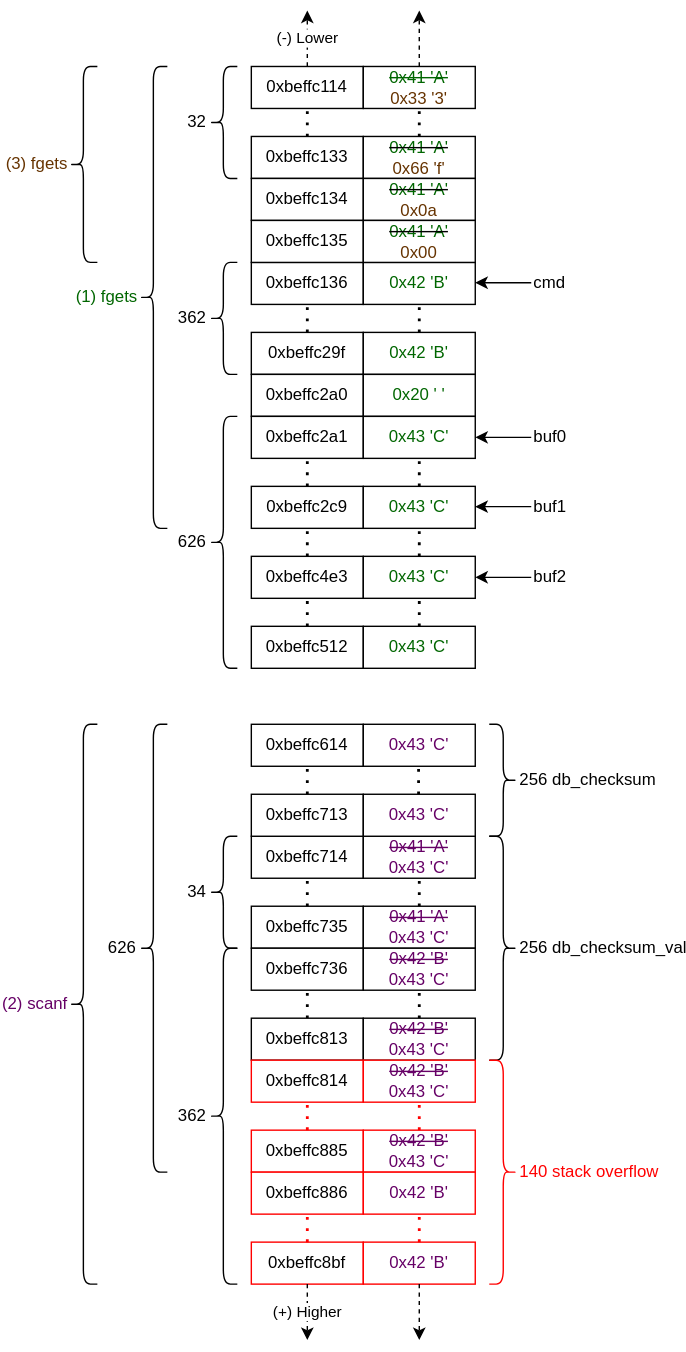
Earlier version of the draw.io export images/Memory_Layout-PoV.drawio.svg (cyber-defence-campus/netgear_r6700v3_circled). Source tidied: cells renumbered, new cells last; positions are measured from the earlier drawing's top-left corner, leaving out a move shared by most shapes.
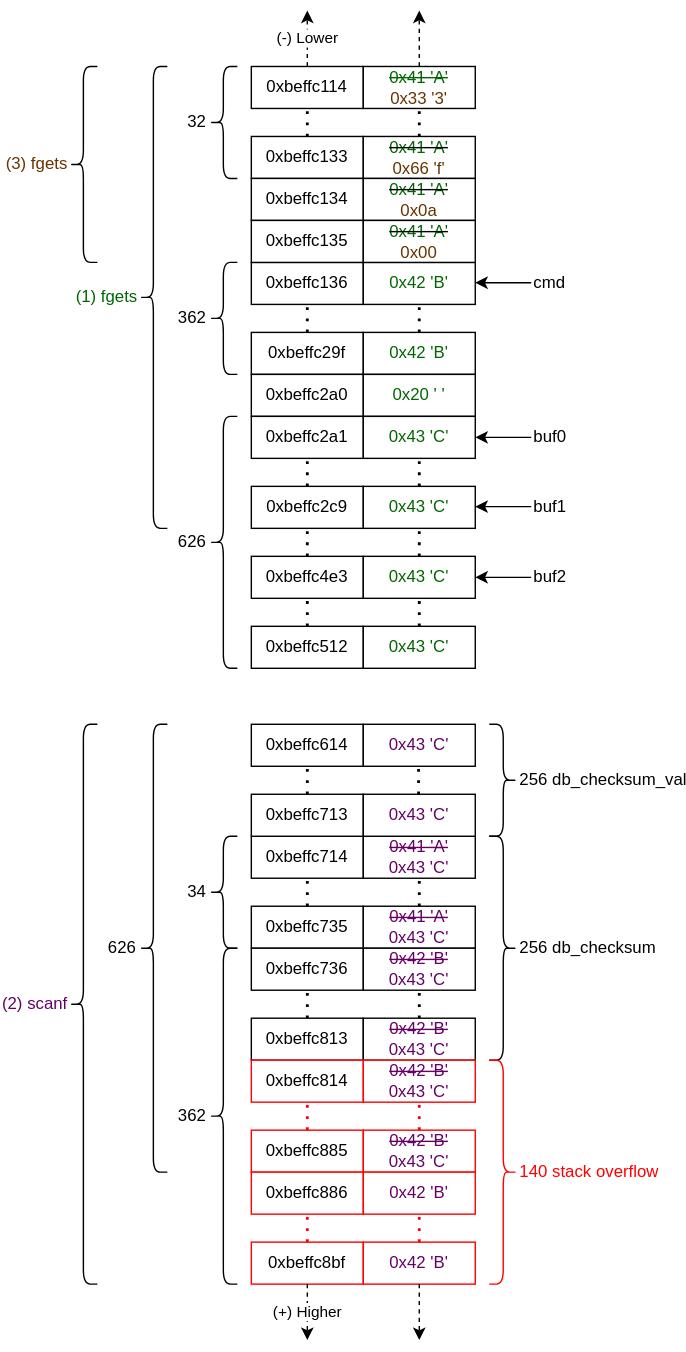
The same file after the commit.

Commit message:
Labels corrected

What changed in the source:
```diff
@@ -270,10 +270,10 @@
     <mxCell id="80" style="endArrow=none;dashed=1;html=1;dashPattern=1 3;strokeWidth=2;rounded=0;entryX=0.5;entryY=1;entryDx=0;entryDy=0;exitX=0.5;exitY=0;exitDx=0;exitDy=0;strokeColor=#FF0000;" parent="1" edge="1" source="42" target="78">
       <mxGeometry relative="1" as="geometry" />
     </mxCell>
-    <mxCell id="81" value="256 db_checksum" style="shape=curlyBracket;html=1;rounded=1;flipH=1;labelPosition=right;verticalLabelPosition=middle;align=left;verticalAlign=middle;" parent="1" vertex="1">
+    <mxCell id="81" value="256 db_checksum_val" style="shape=curlyBracket;html=1;rounded=1;flipH=1;labelPosition=right;verticalLabelPosition=middle;align=left;verticalAlign=middle;" parent="1" vertex="1">
       <mxGeometry x="300" y="510" width="20" height="80" as="geometry" />
     </mxCell>
-    <mxCell id="82" value="256 db_checksum_val" style="shape=curlyBracket;html=1;rounded=1;flipH=1;labelPosition=right;verticalLabelPosition=middle;align=left;verticalAlign=middle;" parent="1" vertex="1">
+    <mxCell id="82" value="256 db_checksum" style="shape=curlyBracket;html=1;rounded=1;flipH=1;labelPosition=right;verticalLabelPosition=middle;align=left;verticalAlign=middle;" parent="1" vertex="1">
       <mxGeometry x="300" y="590" width="20" height="160" as="geometry" />
     </mxCell>
     <mxCell id="83" value="140 stack overflow" style="shape=curlyBracket;html=1;rounded=1;flipH=1;labelPosition=right;verticalLabelPosition=middle;align=left;verticalAlign=middle;strokeColor=#FF0000;fontColor=#FF0000;" parent="1" vertex="1">
```
